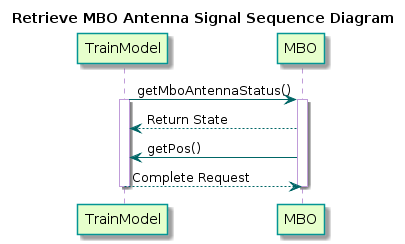
The PlantUML diagram TrainSystem/yUML/Sequence Diagrams/TrainModel/RetrieveMBOSeqDiagram.png in kevingilboy/COE1186, before a commit. Source of this version:
```plantuml
@startuml
title Retrieve MBO Antenna Signal Sequence Diagram
skinparam sequence {
  BackgroundColor transparent
  ParticipantBackgroundColor #e6ffcc
  ParticipantBorderColor 	#049595
  PackageBorderCOlor  #049595
  ArrowColor #006666
  LifeLineBorderColor #c09cd9
}

participant "TrainModel" as A
participant "MBO" as B


A -> B : getMboAntennaStatus()
activate A
activate B

B --> A : Return State

B -> A : getPos()

A --> B : Complete Request
deactivate A
deactivate B
@enduml
```
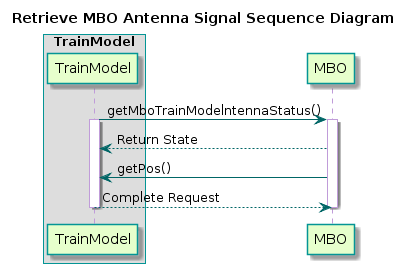
Above is the later version.

What changed in the source:
```diff
@@ -1,27 +1,31 @@
 @startuml
 title Retrieve MBO Antenna Signal Sequence Diagram
+
 skinparam sequence {
   BackgroundColor transparent
   ParticipantBackgroundColor #e6ffcc
   ParticipantBorderColor 	#049595
+  BoxBorderColor #049595
   PackageBorderCOlor  #049595
   ArrowColor #006666
   LifeLineBorderColor #c09cd9
 }
 
-participant "TrainModel" as A
-participant "MBO" as B
+box "TrainModel"
+participant TrainModel
+end box
+participant MBO
 
 
-A -> B : getMboAntennaStatus()
-activate A
-activate B
+TrainModel -> MBO : getMboTrainModelntennaStatus()
+activate TrainModel
+activate MBO
 
-B --> A : Return State
+MBO--> TrainModel : Return State
 
-B -> A : getPos()
+MBO-> TrainModel : getPos()
 
-A --> B : Complete Request
-deactivate A
-deactivate B
+TrainModel --> MBO: Complete Request
+deactivate TrainModel
+deactivate MBO
 @enduml
```
